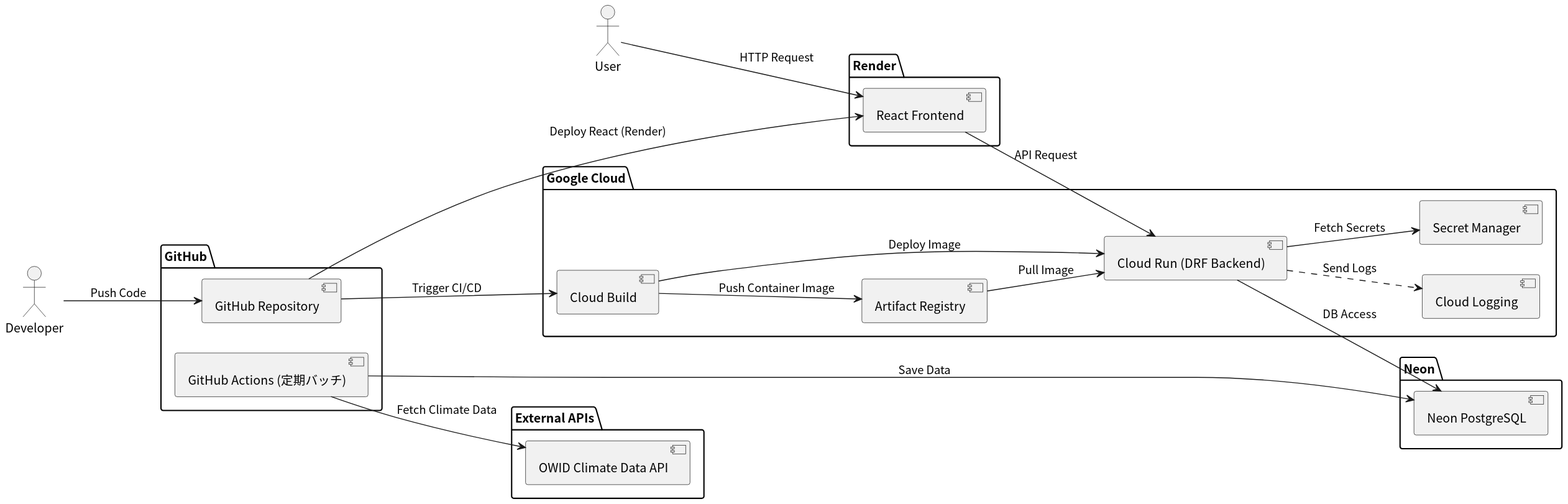
This is docs/system_architecture/system_architecture/system_architecture.svg from tomoki-shiozaki/climate-change-app, a PlantUML export, as it was before one commit.
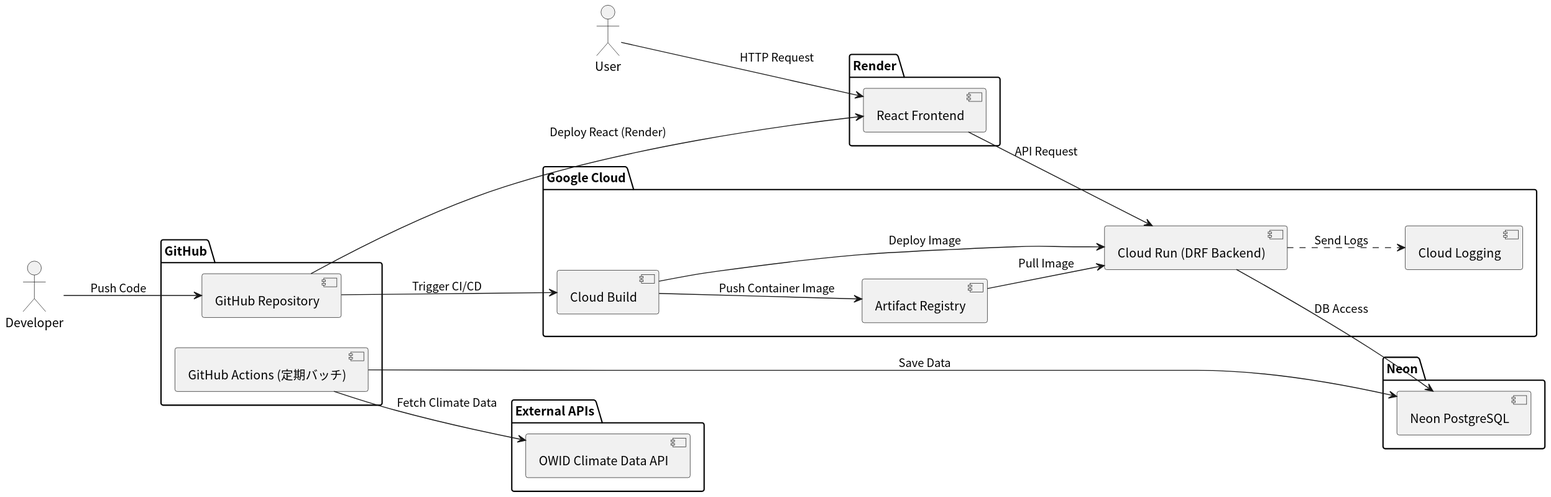
After the commit.

What changed in the source:
```diff
@@ -14,7 +14,6 @@
   component "Artifact Registry" as ArtifactRegistry
   component "Cloud Run (DRF Backend)" as CloudRun
   component "Cloud Logging" as Logging
-  component "Secret Manager" as SecretManager
 }
 
 package "Neon" {
@@ -38,8 +37,6 @@
 
 GitHubRepo --> Frontend : Deploy React (Render)
 
-CloudRun --> SecretManager : Fetch Secrets
-
 GitHubActions --> OWIDAPI : Fetch Climate Data
 GitHubActions --> NeonPostgreSQL : Save Data
 
```
